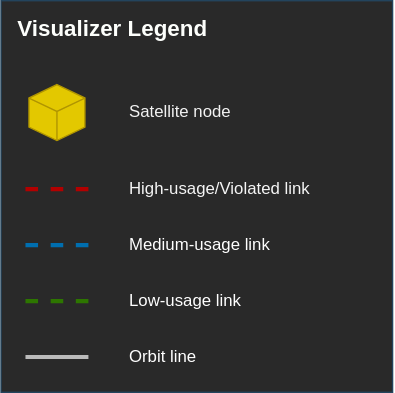
Earlier version of the draw.io export src/legend.svg (UNINET-CT/UninetWebsite). Source tidied: cells renumbered, new cells last; positions are measured from the earlier drawing's top-left corner, leaving out a move shared by most shapes. The source it was exported from:
```xml
<mxGraphModel>
  <root>
    <mxCell id="0" />
    <mxCell id="1" parent="0" />
    <mxCell id="2" style="whiteSpace=wrap;html=1;fillColor=#292929;strokeColor=#23445d;" parent="1" vertex="1">
      <mxGeometry width="280" height="280" as="geometry" />
    </mxCell>
    <mxCell id="3" value="&lt;b&gt;&lt;font style=&quot;font-size: 16px;&quot;&gt;Visualizer Legend&lt;/font&gt;&lt;/b&gt;" style="text;html=1;align=center;verticalAlign=middle;whiteSpace=wrap;rounded=0;fontColor=#FDFFFC;" parent="1" vertex="1">
      <mxGeometry width="160" height="40" as="geometry" />
    </mxCell>
    <mxCell id="4" style="html=1;shape=mxgraph.basic.isocube;isoAngle=15;fillColor=#e3c800;fontColor=#000000;strokeColor=#B09500;" parent="1" vertex="1">
      <mxGeometry x="20" y="60" width="40" height="40" as="geometry" />
    </mxCell>
    <mxCell id="5" style="endArrow=none;dashed=1;html=1;rounded=0;fillColor=#e51400;strokeColor=#B20000;strokeWidth=3;" parent="1" edge="1">
      <mxGeometry relative="1" as="geometry">
        <mxPoint x="17.5" y="134.8" as="sourcePoint" />
        <mxPoint x="62.5" y="134.8" as="targetPoint" />
      </mxGeometry>
    </mxCell>
    <mxCell id="6" value="Satellite node" style="text;html=1;align=left;verticalAlign=middle;whiteSpace=wrap;rounded=0;fontColor=#F2F2F2;" parent="1" vertex="1">
      <mxGeometry x="90" y="65" width="90" height="30" as="geometry" />
    </mxCell>
    <mxCell id="7" value="High-usage/Violated link" style="text;html=1;align=left;verticalAlign=middle;whiteSpace=wrap;rounded=0;fontColor=#F5F5F5;" parent="1" vertex="1">
      <mxGeometry x="90" y="120" width="140" height="30" as="geometry" />
    </mxCell>
    <mxCell id="8" style="endArrow=none;dashed=1;html=1;rounded=0;fillColor=#1ba1e2;strokeColor=#006EAF;strokeWidth=3;" parent="1" edge="1">
      <mxGeometry relative="1" as="geometry">
        <mxPoint x="17.5" y="174.8" as="sourcePoint" />
        <mxPoint x="62.5" y="174.8" as="targetPoint" />
      </mxGeometry>
    </mxCell>
    <mxCell id="9" value="Medium-usage link" style="text;html=1;align=left;verticalAlign=middle;whiteSpace=wrap;rounded=0;fontColor=#ffffff;" parent="1" vertex="1">
      <mxGeometry x="90" y="160" width="140" height="30" as="geometry" />
    </mxCell>
    <mxCell id="10" style="endArrow=none;dashed=1;html=1;rounded=0;fillColor=#60a917;strokeColor=#2D7600;strokeWidth=3;" parent="1" edge="1">
      <mxGeometry relative="1" as="geometry">
        <mxPoint x="17.5" y="214.8" as="sourcePoint" />
        <mxPoint x="62.5" y="214.8" as="targetPoint" />
      </mxGeometry>
    </mxCell>
    <mxCell id="11" value="Low-usage link" style="text;html=1;align=left;verticalAlign=middle;whiteSpace=wrap;rounded=0;fontColor=#ffffff;" parent="1" vertex="1">
      <mxGeometry x="90" y="200" width="140" height="30" as="geometry" />
    </mxCell>
    <mxCell id="12" style="endArrow=none;html=1;rounded=0;fillColor=#60a917;strokeColor=#bababa;strokeWidth=3;" parent="1" edge="1">
      <mxGeometry relative="1" as="geometry">
        <mxPoint x="17.5" y="254.8" as="sourcePoint" />
        <mxPoint x="62.5" y="254.8" as="targetPoint" />
      </mxGeometry>
    </mxCell>
    <mxCell id="13" value="Orbit line" style="text;html=1;align=left;verticalAlign=middle;whiteSpace=wrap;rounded=0;fontColor=#ffffff;" parent="1" vertex="1">
      <mxGeometry x="90" y="240" width="140" height="30" as="geometry" />
    </mxCell>
  </root>
</mxGraphModel>
```
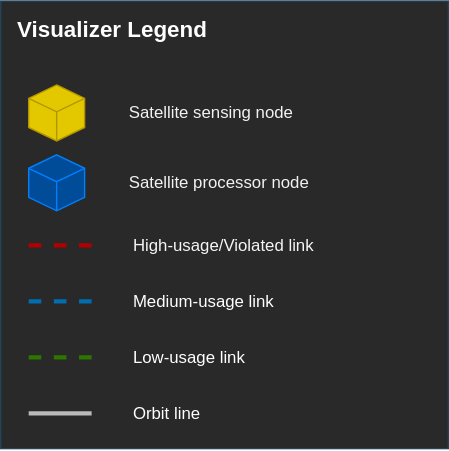
The same file after the commit.

What changed in the source:
```diff
@@ -2,53 +2,59 @@
   <root>
     <mxCell id="0" />
     <mxCell id="1" parent="0" />
-    <mxCell id="2" style="whiteSpace=wrap;html=1;fillColor=#292929;strokeColor=#23445d;" parent="1" vertex="1">
-      <mxGeometry width="280" height="280" as="geometry" />
-    </mxCell>
+    <mxCell id="14" style="whiteSpace=wrap;html=1;fillColor=#292929;strokeColor=#23445d;" parent="1" vertex="1">
+      <mxGeometry x="-2.5" y="-40" width="320" height="320" as="geometry" />
+    </mxCell>
     <mxCell id="3" value="&lt;b&gt;&lt;font style=&quot;font-size: 16px;&quot;&gt;Visualizer Legend&lt;/font&gt;&lt;/b&gt;" style="text;html=1;align=center;verticalAlign=middle;whiteSpace=wrap;rounded=0;fontColor=#FDFFFC;" parent="1" vertex="1">
-      <mxGeometry width="160" height="40" as="geometry" />
+      <mxGeometry x="-2.5" y="-40" width="160" height="40" as="geometry" />
     </mxCell>
     <mxCell id="4" style="html=1;shape=mxgraph.basic.isocube;isoAngle=15;fillColor=#e3c800;fontColor=#000000;strokeColor=#B09500;" parent="1" vertex="1">
-      <mxGeometry x="20" y="60" width="40" height="40" as="geometry" />
+      <mxGeometry x="17.5" y="20" width="40" height="40" as="geometry" />
     </mxCell>
-    <mxCell id="5" style="endArrow=none;dashed=1;html=1;rounded=0;fillColor=#e51400;strokeColor=#B20000;strokeWidth=3;" parent="1" edge="1">
-      <mxGeometry relative="1" as="geometry">
-        <mxPoint x="17.5" y="134.8" as="sourcePoint" />
-        <mxPoint x="62.5" y="134.8" as="targetPoint" />
-      </mxGeometry>
-    </mxCell>
-    <mxCell id="6" value="Satellite node" style="text;html=1;align=left;verticalAlign=middle;whiteSpace=wrap;rounded=0;fontColor=#F2F2F2;" parent="1" vertex="1">
-      <mxGeometry x="90" y="65" width="90" height="30" as="geometry" />
-    </mxCell>
+    <mxCell id="15" style="endArrow=none;dashed=1;html=1;rounded=0;fillColor=#e51400;strokeColor=#B20000;strokeWidth=3;" parent="1" edge="1">
+      <mxGeometry relative="1" as="geometry">
+        <mxPoint x="17.5" y="134.8" as="sourcePoint" />
+        <mxPoint x="62.5" y="134.8" as="targetPoint" />
+      </mxGeometry>
+    </mxCell>
+    <mxCell id="16" value="Satellite sensing node" style="text;html=1;align=left;verticalAlign=middle;whiteSpace=wrap;rounded=0;fontColor=#F2F2F2;" parent="1" vertex="1">
+      <mxGeometry x="87.5" y="25" width="120" height="30" as="geometry" />
+    </mxCell>
     <mxCell id="7" value="High-usage/Violated link" style="text;html=1;align=left;verticalAlign=middle;whiteSpace=wrap;rounded=0;fontColor=#F5F5F5;" parent="1" vertex="1">
       <mxGeometry x="90" y="120" width="140" height="30" as="geometry" />
     </mxCell>
-    <mxCell id="8" style="endArrow=none;dashed=1;html=1;rounded=0;fillColor=#1ba1e2;strokeColor=#006EAF;strokeWidth=3;" parent="1" edge="1">
-      <mxGeometry relative="1" as="geometry">
-        <mxPoint x="17.5" y="174.8" as="sourcePoint" />
-        <mxPoint x="62.5" y="174.8" as="targetPoint" />
-      </mxGeometry>
-    </mxCell>
+    <mxCell id="17" style="endArrow=none;dashed=1;html=1;rounded=0;fillColor=#1ba1e2;strokeColor=#006EAF;strokeWidth=3;" parent="1" edge="1">
+      <mxGeometry relative="1" as="geometry">
+        <mxPoint x="17.5" y="174.8" as="sourcePoint" />
+        <mxPoint x="62.5" y="174.8" as="targetPoint" />
+      </mxGeometry>
+    </mxCell>
     <mxCell id="9" value="Medium-usage link" style="text;html=1;align=left;verticalAlign=middle;whiteSpace=wrap;rounded=0;fontColor=#ffffff;" parent="1" vertex="1">
       <mxGeometry x="90" y="160" width="140" height="30" as="geometry" />
     </mxCell>
-    <mxCell id="10" style="endArrow=none;dashed=1;html=1;rounded=0;fillColor=#60a917;strokeColor=#2D7600;strokeWidth=3;" parent="1" edge="1">
-      <mxGeometry relative="1" as="geometry">
-        <mxPoint x="17.5" y="214.8" as="sourcePoint" />
-        <mxPoint x="62.5" y="214.8" as="targetPoint" />
-      </mxGeometry>
-    </mxCell>
+    <mxCell id="18" style="endArrow=none;dashed=1;html=1;rounded=0;fillColor=#60a917;strokeColor=#2D7600;strokeWidth=3;" parent="1" edge="1">
+      <mxGeometry relative="1" as="geometry">
+        <mxPoint x="17.5" y="214.8" as="sourcePoint" />
+        <mxPoint x="62.5" y="214.8" as="targetPoint" />
+      </mxGeometry>
+    </mxCell>
     <mxCell id="11" value="Low-usage link" style="text;html=1;align=left;verticalAlign=middle;whiteSpace=wrap;rounded=0;fontColor=#ffffff;" parent="1" vertex="1">
       <mxGeometry x="90" y="200" width="140" height="30" as="geometry" />
     </mxCell>
-    <mxCell id="12" style="endArrow=none;html=1;rounded=0;fillColor=#60a917;strokeColor=#bababa;strokeWidth=3;" parent="1" edge="1">
-      <mxGeometry relative="1" as="geometry">
-        <mxPoint x="17.5" y="254.8" as="sourcePoint" />
-        <mxPoint x="62.5" y="254.8" as="targetPoint" />
-      </mxGeometry>
-    </mxCell>
+    <mxCell id="19" style="endArrow=none;html=1;rounded=0;fillColor=#60a917;strokeColor=#bababa;strokeWidth=3;" parent="1" edge="1">
+      <mxGeometry relative="1" as="geometry">
+        <mxPoint x="17.5" y="254.8" as="sourcePoint" />
+        <mxPoint x="62.5" y="254.8" as="targetPoint" />
+      </mxGeometry>
+    </mxCell>
     <mxCell id="13" value="Orbit line" style="text;html=1;align=left;verticalAlign=middle;whiteSpace=wrap;rounded=0;fontColor=#ffffff;" parent="1" vertex="1">
       <mxGeometry x="90" y="240" width="140" height="30" as="geometry" />
     </mxCell>
+    <mxCell id="20" style="html=1;shape=mxgraph.basic.isocube;isoAngle=15;fillColor=#004C99;fontColor=#000000;strokeColor=#007FFF;" parent="1" vertex="1">
+      <mxGeometry x="17.5" y="70" width="40" height="40" as="geometry" />
+    </mxCell>
+    <mxCell id="21" value="Satellite processor node" style="text;html=1;align=left;verticalAlign=middle;whiteSpace=wrap;rounded=0;fontColor=#F2F2F2;" parent="1" vertex="1">
+      <mxGeometry x="87.5" y="75" width="140" height="30" as="geometry" />
+    </mxCell>
   </root>
 </mxGraphModel>
```
